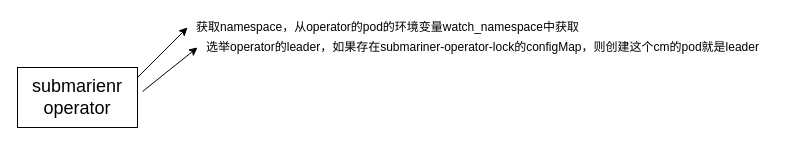
Above: Untitled Diagram.drawio in ssider/draw (draw.io), before the change. Source tidied: cells renumbered, new cells numbered last; positions are measured from the earlier drawing's top-left corner, leaving out a move shared by most shapes. Both pictures are drawn from the tidied source at 100%, with x=0, y=0 at pixel (17, 17).
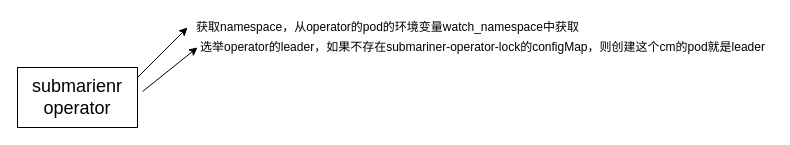
The same diagram, later.

What changed in the source:
```diff
@@
 <mxGraphModel>
   <root>
     <mxCell id="0" />
     <mxCell id="1" parent="0" />
     <mxCell id="2" value="&lt;font style=&quot;font-size: 18px&quot;&gt;submarienr&lt;br&gt;operator&lt;/font&gt;" style="rounded=0;whiteSpace=wrap;html=1;" parent="1" vertex="1">
       <mxGeometry y="50" width="120" height="60" as="geometry" />
     </mxCell>
     <mxCell id="3" style="endArrow=classic;html=1;" parent="1" edge="1">
       <mxGeometry relative="1" as="geometry">
         <mxPoint x="120" y="60" as="sourcePoint" />
         <mxPoint x="170" y="10" as="targetPoint" />
       </mxGeometry>
     </mxCell>
     <mxCell id="4" value="获取namespace，从operator的pod的环境变量watch_namespace中获取" style="text;html=1;align=center;verticalAlign=middle;" parent="1" vertex="1">
       <mxGeometry x="170" width="400" height="20" as="geometry" />
     </mxCell>
     <mxCell id="5" style="endArrow=classic;html=1;exitX=1.042;exitY=0.4;exitDx=0;exitDy=0;exitPerimeter=0;" parent="1" edge="1" source="2">
       <mxGeometry relative="1" as="geometry">
         <mxPoint x="180" y="30" as="targetPoint" />
       </mxGeometry>
     </mxCell>
-    <mxCell id="6" value="选举operator的leader，如果存在submariner-operator-lock的configMap，则创建这个cm的pod就是leader" style="text;html=1;align=center;verticalAlign=middle;" parent="1" vertex="1">
-      <mxGeometry x="180" y="20" width="570" height="20" as="geometry" />
+    <mxCell id="6" value="选举operator的leader，如果不存在submariner-operator-lock的configMap，则创建这个cm的pod就是leader" style="text;html=1;align=center;verticalAlign=middle;" parent="1" vertex="1">
+      <mxGeometry x="175" y="20" width="580" height="20" as="geometry" />
     </mxCell>
   </root>
 </mxGraphModel>
```
